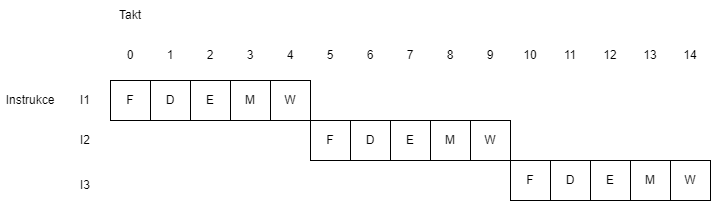
JanaCZek/diplomka keeps this draw.io diagram as Dokumentace/obrazky/pipeline.drawio.png. Above is the earlier version. Source tidied: cells renumbered, new cells last; positions are measured from the earlier drawing's top-left corner, leaving out a move shared by most shapes.
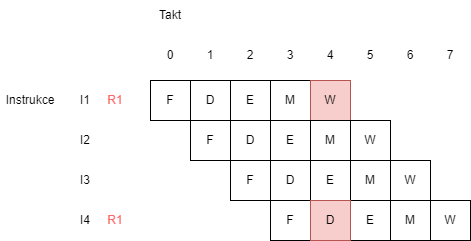
Above is the later version.

Change to the diagram source:
```diff
@@ -14,7 +14,7 @@
     <mxCell id="5" value="M" style="rounded=0;whiteSpace=wrap;html=1;" parent="1" vertex="1">
       <mxGeometry x="230" y="80" width="40" height="40" as="geometry" />
     </mxCell>
-    <mxCell id="6" value="W" style="rounded=0;whiteSpace=wrap;html=1;" parent="1" vertex="1">
+    <mxCell id="6" value="W" style="rounded=0;whiteSpace=wrap;html=1;fillColor=#f8cecc;strokeColor=#b85450;" parent="1" vertex="1">
       <mxGeometry x="270" y="80" width="40" height="40" as="geometry" />
     </mxCell>
     <mxCell id="7" value="0" style="text;html=1;strokeColor=none;fillColor=none;align=center;verticalAlign=middle;whiteSpace=wrap;rounded=0;" parent="1" vertex="1">
@@ -36,46 +36,31 @@
       <mxGeometry x="115" width="30" height="30" as="geometry" />
     </mxCell>
     <mxCell id="13" value="I1" style="text;html=1;strokeColor=none;fillColor=none;align=center;verticalAlign=middle;whiteSpace=wrap;rounded=0;" parent="1" vertex="1">
-      <mxGeometry x="70" y="85" width="30" height="30" as="geometry" />
+      <mxGeometry x="30" y="85" width="30" height="30" as="geometry" />
     </mxCell>
     <mxCell id="14" value="F" style="rounded=0;whiteSpace=wrap;html=1;" parent="1" vertex="1">
-      <mxGeometry x="310" y="120" width="40" height="40" as="geometry" />
+      <mxGeometry x="150" y="120" width="40" height="40" as="geometry" />
     </mxCell>
     <mxCell id="15" value="E" style="rounded=0;whiteSpace=wrap;html=1;" parent="1" vertex="1">
-      <mxGeometry x="390" y="120" width="40" height="40" as="geometry" />
+      <mxGeometry x="230" y="120" width="40" height="40" as="geometry" />
     </mxCell>
     <mxCell id="16" value="D" style="rounded=0;whiteSpace=wrap;html=1;" parent="1" vertex="1">
-      <mxGeometry x="350" y="120" width="40" height="40" as="geometry" />
+      <mxGeometry x="190" y="120" width="40" height="40" as="geometry" />
     </mxCell>
     <mxCell id="17" value="M" style="rounded=0;whiteSpace=wrap;html=1;" parent="1" vertex="1">
-      <mxGeometry x="430" y="120" width="40" height="40" as="geometry" />
+      <mxGeometry x="270" y="120" width="40" height="40" as="geometry" />
     </mxCell>
     <mxCell id="18" value="W" style="rounded=0;whiteSpace=wrap;html=1;" parent="1" vertex="1">
-      <mxGeometry x="470" y="120" width="40" height="40" as="geometry" />
+      <mxGeometry x="310" y="120" width="40" height="40" as="geometry" />
     </mxCell>
     <mxCell id="19" value="I2" style="text;html=1;strokeColor=none;fillColor=none;align=center;verticalAlign=middle;whiteSpace=wrap;rounded=0;" parent="1" vertex="1">
-      <mxGeometry x="70" y="125" width="30" height="30" as="geometry" />
+      <mxGeometry x="30" y="125" width="30" height="30" as="geometry" />
     </mxCell>
-    <mxCell id="20" value="F" style="rounded=0;whiteSpace=wrap;html=1;" parent="1" vertex="1">
-      <mxGeometry x="510" y="160" width="40" height="40" as="geometry" />
-    </mxCell>
-    <mxCell id="21" value="E" style="rounded=0;whiteSpace=wrap;html=1;" parent="1" vertex="1">
-      <mxGeometry x="590" y="160" width="40" height="40" as="geometry" />
-    </mxCell>
-    <mxCell id="22" value="D" style="rounded=0;whiteSpace=wrap;html=1;" parent="1" vertex="1">
-      <mxGeometry x="550" y="160" width="40" height="40" as="geometry" />
-    </mxCell>
-    <mxCell id="23" value="M" style="rounded=0;whiteSpace=wrap;html=1;" parent="1" vertex="1">
-      <mxGeometry x="630" y="160" width="40" height="40" as="geometry" />
-    </mxCell>
-    <mxCell id="24" value="W" style="rounded=0;whiteSpace=wrap;html=1;" parent="1" vertex="1">
-      <mxGeometry x="670" y="160" width="40" height="40" as="geometry" />
-    </mxCell>
     <mxCell id="25" value="I3" style="text;html=1;strokeColor=none;fillColor=none;align=center;verticalAlign=middle;whiteSpace=wrap;rounded=0;" parent="1" vertex="1">
-      <mxGeometry x="70" y="170" width="30" height="30" as="geometry" />
+      <mxGeometry x="30" y="165" width="30" height="30" as="geometry" />
     </mxCell>
     <mxCell id="26" value="Instrukce" style="text;html=1;strokeColor=none;fillColor=none;align=center;verticalAlign=middle;whiteSpace=wrap;rounded=0;" parent="1" vertex="1">
-      <mxGeometry y="85" width="60" height="30" as="geometry" />
+      <mxGeometry x="-40" y="85" width="60" height="30" as="geometry" />
     </mxCell>
     <mxCell id="27" value="5" style="text;html=1;strokeColor=none;fillColor=none;align=center;verticalAlign=middle;whiteSpace=wrap;rounded=0;" parent="1" vertex="1">
       <mxGeometry x="315" y="40" width="30" height="30" as="geometry" />
@@ -86,26 +71,44 @@
     <mxCell id="29" value="6" style="text;html=1;strokeColor=none;fillColor=none;align=center;verticalAlign=middle;whiteSpace=wrap;rounded=0;" parent="1" vertex="1">
       <mxGeometry x="355" y="40" width="30" height="30" as="geometry" />
     </mxCell>
-    <mxCell id="30" value="8" style="text;html=1;strokeColor=none;fillColor=none;align=center;verticalAlign=middle;whiteSpace=wrap;rounded=0;" parent="1" vertex="1">
-      <mxGeometry x="435" y="40" width="30" height="30" as="geometry" />
-    </mxCell>
-    <mxCell id="31" value="9" style="text;html=1;strokeColor=none;fillColor=none;align=center;verticalAlign=middle;whiteSpace=wrap;rounded=0;" parent="1" vertex="1">
-      <mxGeometry x="475" y="40" width="30" height="30" as="geometry" />
-    </mxCell>
-    <mxCell id="32" value="10" style="text;html=1;strokeColor=none;fillColor=none;align=center;verticalAlign=middle;whiteSpace=wrap;rounded=0;" parent="1" vertex="1">
-      <mxGeometry x="515" y="40" width="30" height="30" as="geometry" />
-    </mxCell>
-    <mxCell id="33" value="12" style="text;html=1;strokeColor=none;fillColor=none;align=center;verticalAlign=middle;whiteSpace=wrap;rounded=0;" parent="1" vertex="1">
-      <mxGeometry x="595" y="40" width="30" height="30" as="geometry" />
-    </mxCell>
-    <mxCell id="34" value="11" style="text;html=1;strokeColor=none;fillColor=none;align=center;verticalAlign=middle;whiteSpace=wrap;rounded=0;" parent="1" vertex="1">
-      <mxGeometry x="555" y="40" width="30" height="30" as="geometry" />
-    </mxCell>
-    <mxCell id="35" value="13" style="text;html=1;strokeColor=none;fillColor=none;align=center;verticalAlign=middle;whiteSpace=wrap;rounded=0;" parent="1" vertex="1">
-      <mxGeometry x="635" y="40" width="30" height="30" as="geometry" />
-    </mxCell>
-    <mxCell id="36" value="14" style="text;html=1;strokeColor=none;fillColor=none;align=center;verticalAlign=middle;whiteSpace=wrap;rounded=0;" parent="1" vertex="1">
-      <mxGeometry x="675" y="40" width="30" height="30" as="geometry" />
-    </mxCell>
+    <mxCell id="37" value="R1" style="text;html=1;strokeColor=none;fillColor=none;align=center;verticalAlign=middle;whiteSpace=wrap;rounded=0;fontColor=#FF6666;" parent="1" vertex="1">
+      <mxGeometry x="60" y="85" width="30" height="30" as="geometry" />
+    </mxCell>
+    <mxCell id="38" value="F" style="rounded=0;whiteSpace=wrap;html=1;" parent="1" vertex="1">
+      <mxGeometry x="190" y="160" width="40" height="40" as="geometry" />
+    </mxCell>
+    <mxCell id="39" value="E" style="rounded=0;whiteSpace=wrap;html=1;" parent="1" vertex="1">
+      <mxGeometry x="270" y="160" width="40" height="40" as="geometry" />
+    </mxCell>
+    <mxCell id="22" value="D" style="rounded=0;whiteSpace=wrap;html=1;" parent="1" vertex="1">
+      <mxGeometry x="230" y="160" width="40" height="40" as="geometry" />
+    </mxCell>
+    <mxCell id="40" value="M" style="rounded=0;whiteSpace=wrap;html=1;" parent="1" vertex="1">
+      <mxGeometry x="310" y="160" width="40" height="40" as="geometry" />
+    </mxCell>
+    <mxCell id="41" value="W" style="rounded=0;whiteSpace=wrap;html=1;" parent="1" vertex="1">
+      <mxGeometry x="350" y="160" width="40" height="40" as="geometry" />
+    </mxCell>
+    <mxCell id="42" value="F" style="rounded=0;whiteSpace=wrap;html=1;" parent="1" vertex="1">
+      <mxGeometry x="230" y="200" width="40" height="40" as="geometry" />
+    </mxCell>
+    <mxCell id="43" value="E" style="rounded=0;whiteSpace=wrap;html=1;" parent="1" vertex="1">
+      <mxGeometry x="310" y="200" width="40" height="40" as="geometry" />
+    </mxCell>
+    <mxCell id="44" value="D" style="rounded=0;whiteSpace=wrap;html=1;fillColor=#f8cecc;strokeColor=#b85450;" parent="1" vertex="1">
+      <mxGeometry x="270" y="200" width="40" height="40" as="geometry" />
+    </mxCell>
+    <mxCell id="45" value="M" style="rounded=0;whiteSpace=wrap;html=1;" parent="1" vertex="1">
+      <mxGeometry x="350" y="200" width="40" height="40" as="geometry" />
+    </mxCell>
+    <mxCell id="46" value="W" style="rounded=0;whiteSpace=wrap;html=1;" parent="1" vertex="1">
+      <mxGeometry x="390" y="200" width="40" height="40" as="geometry" />
+    </mxCell>
+    <mxCell id="47" value="I4" style="text;html=1;strokeColor=none;fillColor=none;align=center;verticalAlign=middle;whiteSpace=wrap;rounded=0;" parent="1" vertex="1">
+      <mxGeometry x="30" y="205" width="30" height="30" as="geometry" />
+    </mxCell>
+    <mxCell id="48" value="R1" style="text;html=1;strokeColor=none;fillColor=none;align=center;verticalAlign=middle;whiteSpace=wrap;rounded=0;fontColor=#FF6666;" parent="1" vertex="1">
+      <mxGeometry x="60" y="205" width="30" height="30" as="geometry" />
+    </mxCell>
   </root>
 </mxGraphModel>
```
